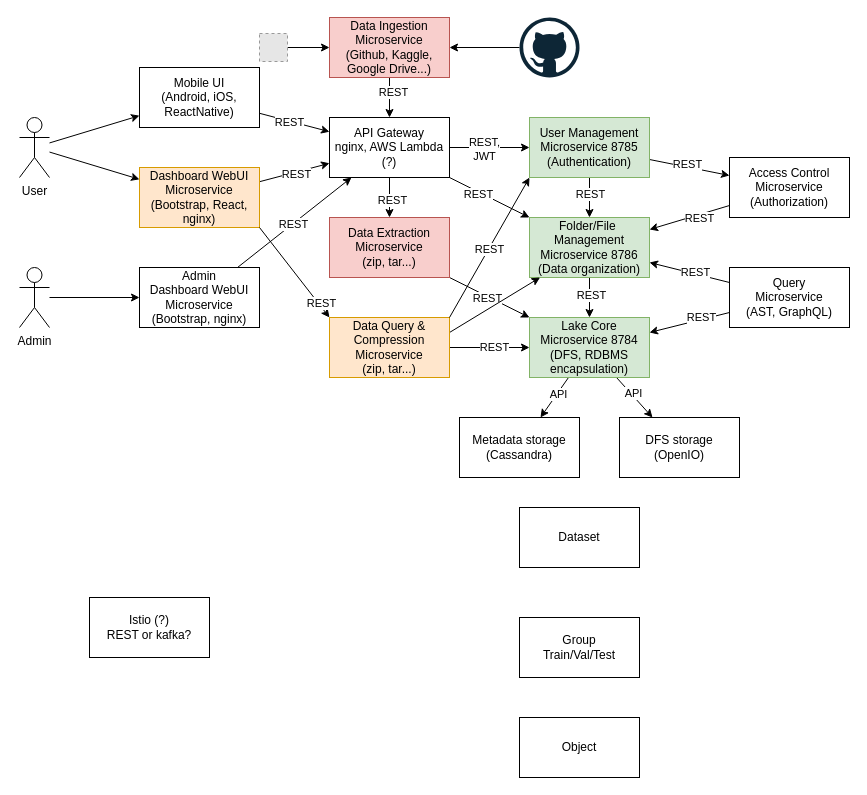
The draw.io diagram docs/arch.drawio in larycoder/ulake-internship, before the edit. Source tidied: cells renumbered, new cells numbered last; positions are measured from the earlier drawing's top-left corner, leaving out a move shared by most shapes. Both pictures are drawn from the tidied source at 100%, with x=0, y=0 at pixel (19, 17). Pictures stored in the file or linked from it are replaced by grey dashed boxes.
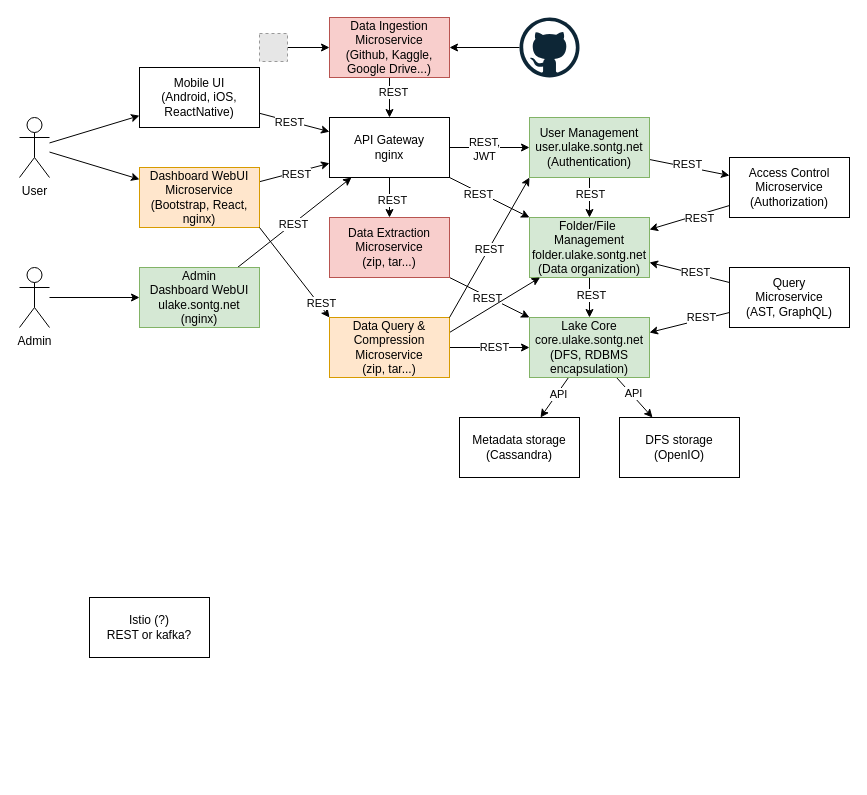
The same diagram, later.

Commit message:
docs: More details on implementing domains

Change to the diagram source:
```diff
@@
-    <mxCell id="8" value="API Gateway&lt;br&gt;nginx, AWS Lambda (?)" style="rounded=0;whiteSpace=wrap;html=1;" parent="1" vertex="1">
+    <mxCell id="8" value="API Gateway&lt;br&gt;nginx" style="rounded=0;whiteSpace=wrap;html=1;" parent="1" vertex="1">
       <mxGeometry x="310" y="100" width="120" height="60" as="geometry" />
     </mxCell>
@@
-    <mxCell id="16" value="User Management&lt;br&gt;Microservice 8785&lt;br&gt;(Authentication)" style="rounded=0;whiteSpace=wrap;html=1;fillColor=#d5e8d4;strokeColor=#82b366;" parent="1" vertex="1">
+    <mxCell id="16" value="User Management&lt;br&gt;user.ulake.sontg.net&lt;br&gt;(Authentication)" style="rounded=0;whiteSpace=wrap;html=1;fillColor=#d5e8d4;strokeColor=#82b366;" parent="1" vertex="1">
       <mxGeometry x="510" y="100" width="120" height="60" as="geometry" />
     </mxCell>
@@
-    <mxCell id="23" value="Lake Core&lt;br&gt;Microservice 8784&lt;br&gt;(DFS, RDBMS encapsulation)" style="rounded=0;whiteSpace=wrap;html=1;fillColor=#d5e8d4;strokeColor=#82b366;" parent="1" vertex="1">
+    <mxCell id="23" value="Lake Core&lt;br&gt;core.ulake.sontg.net&lt;br&gt;(DFS, RDBMS encapsulation)" style="rounded=0;whiteSpace=wrap;html=1;fillColor=#d5e8d4;strokeColor=#82b366;" parent="1" vertex="1">
       <mxGeometry x="510" y="300" width="120" height="60" as="geometry" />
     </mxCell>
@@
-    <mxCell id="40" value="Folder/File&amp;nbsp; Management&lt;br&gt;Microservice 8786&lt;br&gt;(Data organization)" style="rounded=0;whiteSpace=wrap;html=1;fillColor=#d5e8d4;strokeColor=#82b366;" parent="1" vertex="1">
+    <mxCell id="40" value="Folder/File&amp;nbsp; Management&lt;br&gt;folder.ulake.sontg.net&lt;br&gt;(Data organization)" style="rounded=0;whiteSpace=wrap;html=1;fillColor=#d5e8d4;strokeColor=#82b366;" parent="1" vertex="1">
       <mxGeometry x="510" y="200" width="120" height="60" as="geometry" />
     </mxCell>
@@
-    <mxCell id="46" value="Admin Dashboard&amp;nbsp;WebUI&lt;br&gt;Microservice&lt;br&gt;(Bootstrap, nginx)" style="rounded=0;whiteSpace=wrap;html=1;" parent="1" vertex="1">
+    <mxCell id="46" value="Admin Dashboard&amp;nbsp;WebUI&lt;br&gt;ulake.sontg.net&lt;br&gt;(nginx)" style="rounded=0;whiteSpace=wrap;html=1;fillColor=#d5e8d4;strokeColor=#82b366;" parent="1" vertex="1">
       <mxGeometry x="120" y="250" width="120" height="60" as="geometry" />
     </mxCell>
@@
-    <mxCell id="55" value="Dataset" style="rounded=0;whiteSpace=wrap;html=1;" parent="1" vertex="1">
-      <mxGeometry x="500" y="490" width="120" height="60" as="geometry" />
-    </mxCell>
-    <mxCell id="56" value="Group&lt;br&gt;Train/Val/Test" style="rounded=0;whiteSpace=wrap;html=1;" parent="1" vertex="1">
-      <mxGeometry x="500" y="600" width="120" height="60" as="geometry" />
-    </mxCell>
-    <mxCell id="57" value="Object" style="rounded=0;whiteSpace=wrap;html=1;" parent="1" vertex="1">
-      <mxGeometry x="500" y="700" width="120" height="60" as="geometry" />
-    </mxCell>
```
